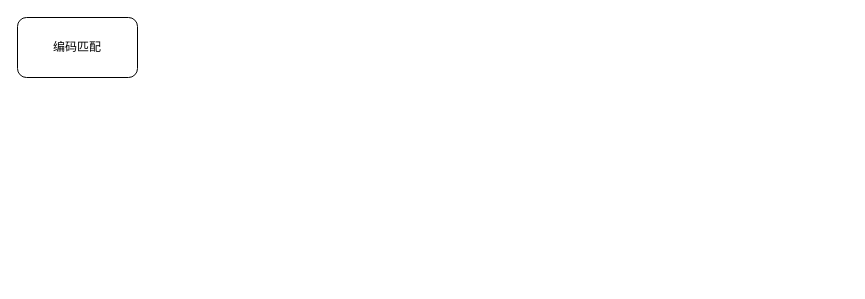
Earlier version of the draw.io diagram 未命名绘图.drawio (gaochaowyq/MinderGraph). Source tidied: cells renumbered, new cells numbered last; positions are measured from the earlier drawing's top-left corner, leaving out a move shared by most shapes. Both pictures are drawn from the tidied source at 100%, with x=0, y=0 at pixel (17, 17).
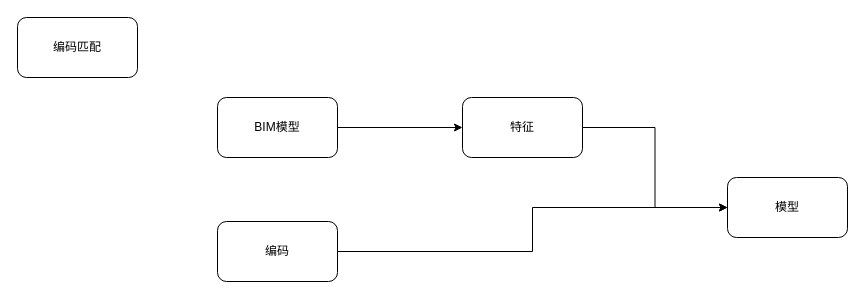
The same diagram, later.

Commit message (it also covers changes not shown here):
更新未命名绘图.drawio

Change to the diagram source:
```diff
@@
 <mxGraphModel>
   <root>
     <mxCell id="0" />
     <mxCell id="1" parent="0" />
     <mxCell id="2" value="编码匹配" style="rounded=1;whiteSpace=wrap;html=1;" parent="1" vertex="1">
       <mxGeometry width="120" height="60" as="geometry" />
     </mxCell>
+    <mxCell id="3" style="edgeStyle=orthogonalEdgeStyle;rounded=0;jettySize=auto;html=1;" parent="1" edge="1" source="4" target="8">
+      <mxGeometry relative="1" as="geometry" />
+    </mxCell>
+    <mxCell id="4" value="BIM模型" style="rounded=1;whiteSpace=wrap;html=1;" parent="1" vertex="1">
+      <mxGeometry x="200" y="80" width="120" height="60" as="geometry" />
+    </mxCell>
+    <mxCell id="5" style="edgeStyle=orthogonalEdgeStyle;rounded=0;jettySize=auto;html=1;entryX=0;entryY=0.5;entryDx=0;entryDy=0;" parent="1" edge="1" source="6" target="9">
+      <mxGeometry relative="1" as="geometry" />
+    </mxCell>
+    <mxCell id="6" value="编码" style="rounded=1;whiteSpace=wrap;html=1;" parent="1" vertex="1">
+      <mxGeometry x="200" y="204" width="120" height="60" as="geometry" />
+    </mxCell>
+    <mxCell id="7" style="edgeStyle=orthogonalEdgeStyle;rounded=0;jettySize=auto;html=1;entryX=0;entryY=0.5;entryDx=0;entryDy=0;" parent="1" edge="1" source="8" target="9">
+      <mxGeometry relative="1" as="geometry" />
+    </mxCell>
+    <mxCell id="8" value="特征" style="rounded=1;whiteSpace=wrap;html=1;" parent="1" vertex="1">
+      <mxGeometry x="445" y="80" width="120" height="60" as="geometry" />
+    </mxCell>
+    <mxCell id="9" value="模型" style="rounded=1;whiteSpace=wrap;html=1;" parent="1" vertex="1">
+      <mxGeometry x="710" y="160" width="120" height="60" as="geometry" />
+    </mxCell>
   </root>
 </mxGraphModel>
```
